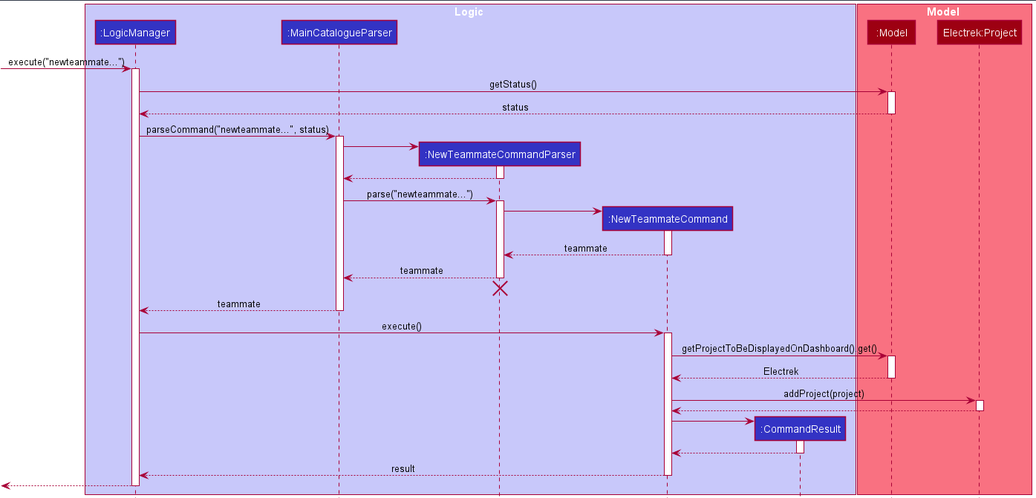
The PlantUML diagram docs/images/AddTeammateSequenceDiagram.png in nus-cs2103-AY2021S1/tp, before a commit. Its source is kept beside it as docs/diagrams/AddTeammateSequenceDiagram.puml. Its diagram source:
```plantuml
@startuml
!include style.puml

box Logic LOGIC_COLOR_T1
participant ":LogicManager" as LogicManager LOGIC_COLOR
participant ":MainCatalogueParser" as MainCatalogueParser LOGIC_COLOR
participant ":AddTeammateCommandParser" as NewTeammateCommandParser LOGIC_COLOR
participant ":AddTeammateCommand" as NewTeammateCommand LOGIC_COLOR
participant ":CommandResult" as CommandResult LOGIC_COLOR
end box

box Model MODEL_COLOR_T1
participant ":Model" as Model MODEL_COLOR
participant "Electrek:Project" as Project MODEL_COLOR
end box

[-> LogicManager : execute("newteammate...")
activate LogicManager

LogicManager -> Model: getStatus()
activate Model

Model --> LogicManager: status
deactivate Model

LogicManager -> MainCatalogueParser : parseCommand("newteammate...", status)
activate MainCatalogueParser

create NewTeammateCommandParser
MainCatalogueParser -> NewTeammateCommandParser
activate NewTeammateCommandParser

NewTeammateCommandParser --> MainCatalogueParser
deactivate NewTeammateCommandParser

MainCatalogueParser -> NewTeammateCommandParser : parse("newteammate...")
activate NewTeammateCommandParser

create NewTeammateCommand
NewTeammateCommandParser -> NewTeammateCommand
activate NewTeammateCommand

NewTeammateCommand --> NewTeammateCommandParser : teammate
deactivate NewTeammateCommand

NewTeammateCommandParser --> MainCatalogueParser : teammate
deactivate NewTeammateCommandParser
NewTeammateCommandParser -[hidden]-> MainCatalogueParser
destroy NewTeammateCommandParser

MainCatalogueParser --> LogicManager : teammate
deactivate MainCatalogueParser

LogicManager -> NewTeammateCommand : execute()
activate NewTeammateCommand

NewTeammateCommand -> Model : getProjectToBeDisplayedOnDashboard().get()
activate Model

Model --> NewTeammateCommand : Electrek
deactivate Model

NewTeammateCommand -> Project : addProject(project)
activate Project

Project --> NewTeammateCommand :
deactivate Project

create CommandResult
NewTeammateCommand -> CommandResult
activate CommandResult

CommandResult --> NewTeammateCommand
deactivate CommandResult

NewTeammateCommand --> LogicManager : result
deactivate NewTeammateCommand

[<--LogicManager
deactivate LogicManager
@enduml
```
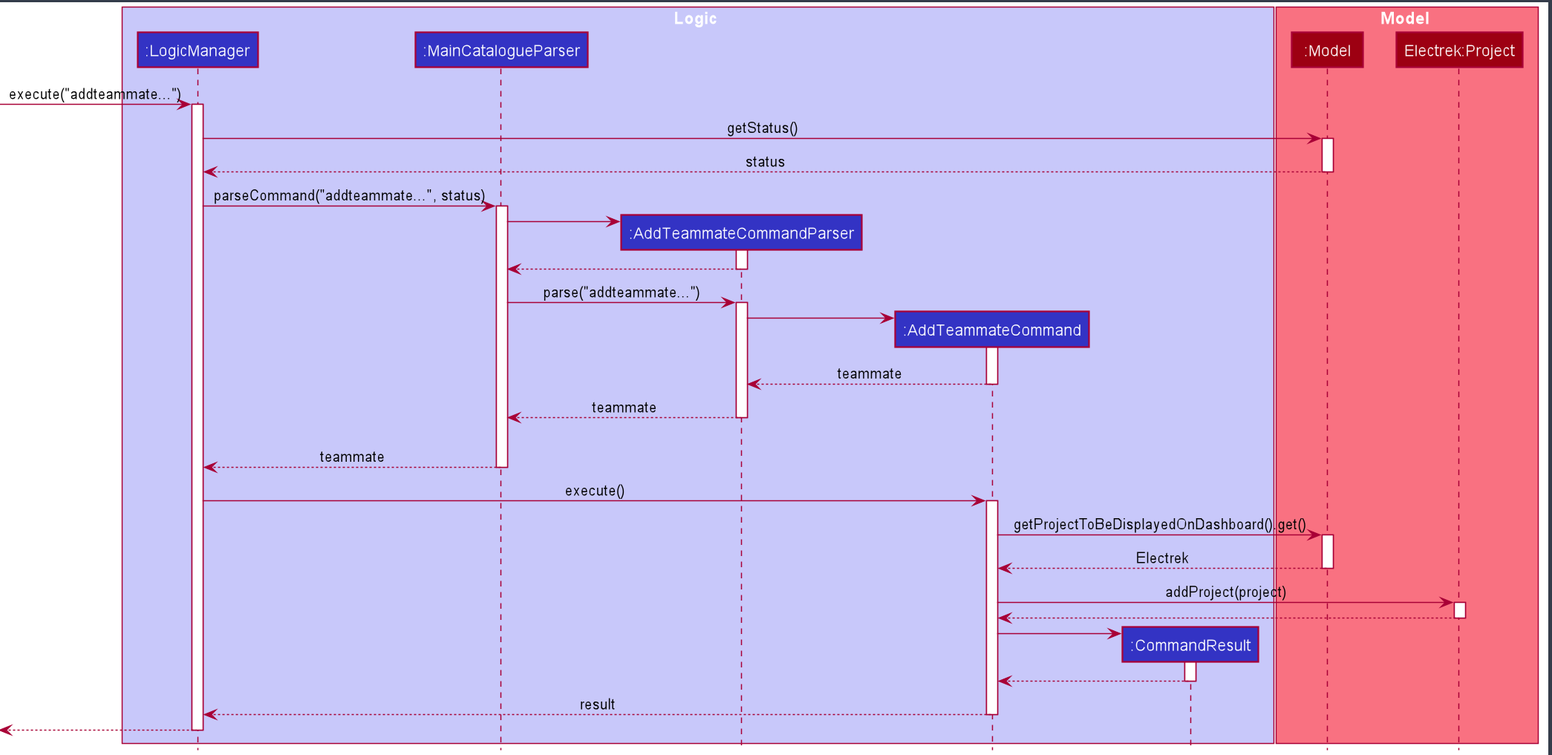
After the commit.

Diff of the diagram source:
```diff
@@ -4,8 +4,8 @@
 box Logic LOGIC_COLOR_T1
 participant ":LogicManager" as LogicManager LOGIC_COLOR
 participant ":MainCatalogueParser" as MainCatalogueParser LOGIC_COLOR
-participant ":AddTeammateCommandParser" as NewTeammateCommandParser LOGIC_COLOR
-participant ":AddTeammateCommand" as NewTeammateCommand LOGIC_COLOR
+participant ":AddTeammateCommandParser" as AddTeammateCommandParser LOGIC_COLOR
+participant ":AddTeammateCommand" as AddTeammateCommand LOGIC_COLOR
 participant ":CommandResult" as CommandResult LOGIC_COLOR
 end box
 
@@ -14,7 +14,7 @@
 participant "Electrek:Project" as Project MODEL_COLOR
 end box
 
-[-> LogicManager : execute("newteammate...")
+[-> LogicManager : execute("addteammate...")
 activate LogicManager
 
 LogicManager -> Model: getStatus()
@@ -23,58 +23,58 @@
 Model --> LogicManager: status
 deactivate Model
 
-LogicManager -> MainCatalogueParser : parseCommand("newteammate...", status)
+LogicManager -> MainCatalogueParser : parseCommand("addteammate...", status)
 activate MainCatalogueParser
 
-create NewTeammateCommandParser
-MainCatalogueParser -> NewTeammateCommandParser
-activate NewTeammateCommandParser
+create AddTeammateCommandParser
+MainCatalogueParser -> AddTeammateCommandParser
+activate AddTeammateCommandParser
 
-NewTeammateCommandParser --> MainCatalogueParser
-deactivate NewTeammateCommandParser
+AddTeammateCommandParser --> MainCatalogueParser
+deactivate AddTeammateCommandParser
 
-MainCatalogueParser -> NewTeammateCommandParser : parse("newteammate...")
-activate NewTeammateCommandParser
+MainCatalogueParser -> AddTeammateCommandParser : parse("addteammate...")
+activate AddTeammateCommandParser
 
-create NewTeammateCommand
-NewTeammateCommandParser -> NewTeammateCommand
-activate NewTeammateCommand
+create AddTeammateCommand
+AddTeammateCommandParser -> AddTeammateCommand
+activate AddTeammateCommand
 
-NewTeammateCommand --> NewTeammateCommandParser : teammate
-deactivate NewTeammateCommand
+AddTeammateCommand --> AddTeammateCommandParser : teammate
+deactivate AddTeammateCommand
 
-NewTeammateCommandParser --> MainCatalogueParser : teammate
-deactivate NewTeammateCommandParser
-NewTeammateCommandParser -[hidden]-> MainCatalogueParser
-destroy NewTeammateCommandParser
+AddTeammateCommandParser --> MainCatalogueParser : teammate
+deactivate AddTeammateCommandParser
+AddTeammateCommandParser -[hidden]-> MainCatalogueParser
+
 
 MainCatalogueParser --> LogicManager : teammate
 deactivate MainCatalogueParser
 
-LogicManager -> NewTeammateCommand : execute()
-activate NewTeammateCommand
+LogicManager -> AddTeammateCommand : execute()
+activate AddTeammateCommand
 
-NewTeammateCommand -> Model : getProjectToBeDisplayedOnDashboard().get()
+AddTeammateCommand -> Model : getProjectToBeDisplayedOnDashboard().get()
 activate Model
 
-Model --> NewTeammateCommand : Electrek
+Model --> AddTeammateCommand : Electrek
 deactivate Model
 
-NewTeammateCommand -> Project : addProject(project)
+AddTeammateCommand -> Project : addProject(project)
 activate Project
 
-Project --> NewTeammateCommand :
+Project --> AddTeammateCommand :
 deactivate Project
 
 create CommandResult
-NewTeammateCommand -> CommandResult
+AddTeammateCommand -> CommandResult
 activate CommandResult
 
-CommandResult --> NewTeammateCommand
+CommandResult --> AddTeammateCommand
 deactivate CommandResult
 
-NewTeammateCommand --> LogicManager : result
-deactivate NewTeammateCommand
+AddTeammateCommand --> LogicManager : result
+deactivate AddTeammateCommand
 
 [<--LogicManager
 deactivate LogicManager
```
